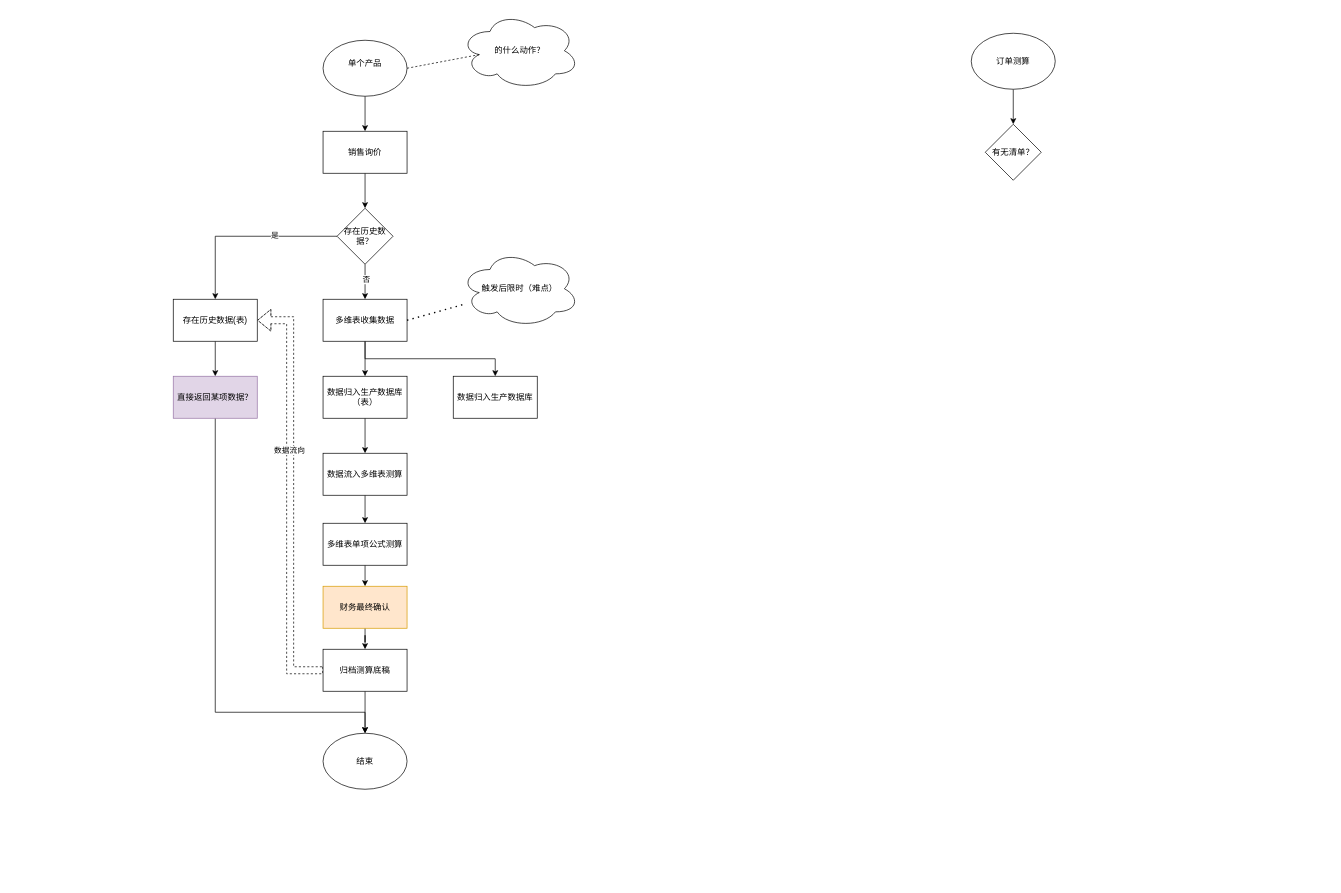
Before: page "财务报价模型" (3 of 3) of Vasen.drawio in CongMinYin/flow, a draw.io diagram. Source tidied: cells renumbered, new cells numbered last; positions are measured from the earlier drawing's top-left corner, leaving out a move shared by most shapes. Both pictures are drawn from the tidied source at 70%, with x=0, y=0 at pixel (173, 12).
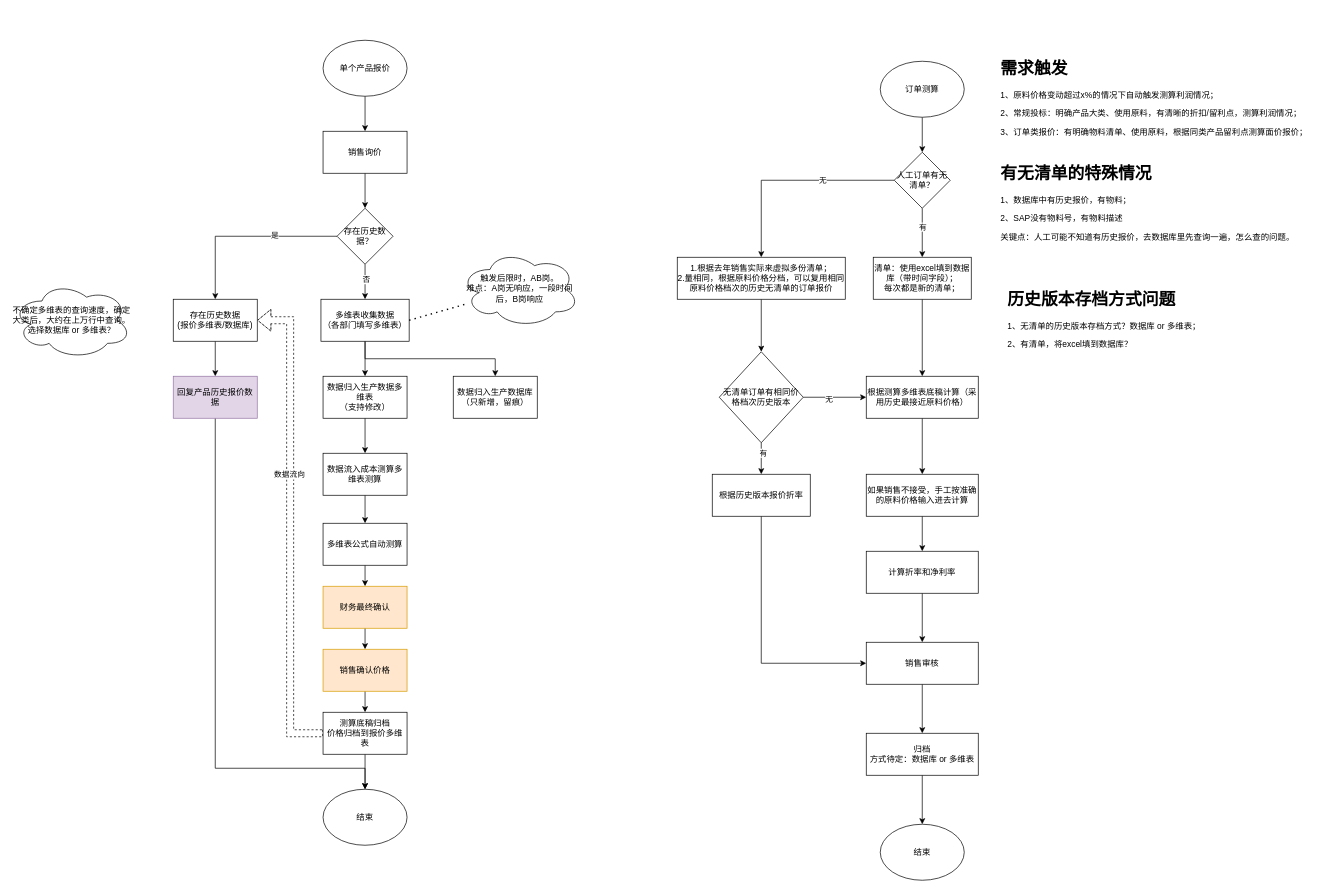
After the change.

Unchanged cells that the change refers to:
```xml
<mxCell id="23" value="财务最终确认" style="rounded=0;whiteSpace=wrap;html=1;fillColor=#ffe6cc;strokeColor=#d79b00;" parent="1" vertex="1">
  <mxGeometry x="214" y="820" width="120" height="60" as="geometry" />
</mxCell>
```

The edit, as a diff of the source:
```diff
@@
-    <mxCell id="3" value="单个产品&lt;br&gt;&lt;div&gt;&lt;br/&gt;&lt;/div&gt;" style="ellipse;whiteSpace=wrap;html=1;shapeInside=1;" parent="1" vertex="1">
+    <mxCell id="3" value="单个产品报价" style="ellipse;whiteSpace=wrap;html=1;shapeInside=1;" parent="1" vertex="1">
       <mxGeometry x="214" y="40" width="120" height="80" as="geometry" />
     </mxCell>
@@
-    <mxCell id="13" value="多维表收集数据" style="rounded=0;whiteSpace=wrap;html=1;" parent="1" vertex="1">
-      <mxGeometry x="214" y="410" width="120" height="60" as="geometry" />
+    <mxCell id="13" value="多维表收集数据&lt;div&gt;（各部门填写多维表）&lt;/div&gt;" style="rounded=0;whiteSpace=wrap;html=1;" parent="1" vertex="1">
+      <mxGeometry x="211" y="410" width="126" height="60" as="geometry" />
     </mxCell>
-    <mxCell id="14" value="触发后限时（难点）" style="ellipse;shape=cloud;whiteSpace=wrap;html=1;" parent="1" vertex="1">
+    <mxCell id="14" value="触发后限时，AB岗。&lt;div&gt;难点：A岗无响应，一段时间后，B岗响应&lt;/div&gt;" style="ellipse;shape=cloud;whiteSpace=wrap;html=1;" parent="1" vertex="1">
       <mxGeometry x="410" y="340" width="170" height="110" as="geometry" />
     </mxCell>
@@
-    <mxCell id="16" value="数据归入生产数据库（表）" style="rounded=0;whiteSpace=wrap;html=1;" parent="1" vertex="1">
+    <mxCell id="16" value="数据归入生产数据多维表&lt;div&gt;（支持修改）&lt;/div&gt;" style="rounded=0;whiteSpace=wrap;html=1;" parent="1" vertex="1">
       <mxGeometry x="214" y="520" width="120" height="60" as="geometry" />
     </mxCell>
@@
-    <mxCell id="18" value="数据流入多维表测算" style="rounded=0;whiteSpace=wrap;html=1;" parent="1" vertex="1">
+    <mxCell id="18" value="数据流入成本测算多维表测算" style="rounded=0;whiteSpace=wrap;html=1;" parent="1" vertex="1">
       <mxGeometry x="214" y="630" width="120" height="60" as="geometry" />
     </mxCell>
@@
-    <mxCell id="21" value="多维表单项公式测算" style="rounded=0;whiteSpace=wrap;html=1;" parent="1" vertex="1">
+    <mxCell id="21" value="多维表公式自动测算" style="rounded=0;whiteSpace=wrap;html=1;" parent="1" vertex="1">
       <mxGeometry x="214" y="730" width="120" height="60" as="geometry" />
     </mxCell>
-    <mxCell id="22" style="edgeStyle=orthogonalEdgeStyle;rounded=0;jettySize=auto;html=1;exitX=0.5;exitY=1;exitDx=0;exitDy=0;" parent="1" edge="1" source="23" target="27">
-      <mxGeometry relative="1" as="geometry" />
-    </mxCell>
+    <mxCell id="39" style="edgeStyle=orthogonalEdgeStyle;rounded=0;jettySize=auto;html=1;exitX=0.5;exitY=1;exitDx=0;exitDy=0;entryX=0.5;entryY=0;entryDx=0;entryDy=0;" parent="1" edge="1" source="23" target="46">
+      <mxGeometry relative="1" as="geometry" />
+    </mxCell>
@@
-    <mxCell id="27" value="归档测算底稿" style="rounded=0;whiteSpace=wrap;html=1;" parent="1" vertex="1">
-      <mxGeometry x="214" y="910" width="120" height="60" as="geometry" />
+    <mxCell id="27" value="测算底稿归档&lt;div&gt;价格归档到报价多维表&lt;/div&gt;" style="rounded=0;whiteSpace=wrap;html=1;" parent="1" vertex="1">
+      <mxGeometry x="214" y="1000" width="120" height="60" as="geometry" />
     </mxCell>
-    <mxCell id="28" value="数据归入生产数据库" style="rounded=0;whiteSpace=wrap;html=1;" parent="1" vertex="1">
+    <mxCell id="28" value="数据归入生产数据库&lt;div&gt;（只新增，留痕）&lt;/div&gt;" style="rounded=0;whiteSpace=wrap;html=1;" parent="1" vertex="1">
       <mxGeometry x="400" y="520" width="120" height="60" as="geometry" />
     </mxCell>
@@
-    <mxCell id="30" value="存在历史数据(表)" style="rounded=0;whiteSpace=wrap;html=1;" parent="1" vertex="1">
+    <mxCell id="30" value="存在历史数据&lt;div&gt;(报价多维表/数据库)&lt;/div&gt;" style="rounded=0;whiteSpace=wrap;html=1;" parent="1" vertex="1">
       <mxGeometry y="410" width="120" height="60" as="geometry" />
     </mxCell>
     <mxCell id="31" style="edgeStyle=orthogonalEdgeStyle;rounded=0;jettySize=auto;html=1;exitX=0.5;exitY=1;exitDx=0;exitDy=0;" parent="1" edge="1" source="32" target="33">
       <mxGeometry relative="1" as="geometry">
         <Array as="points">
-          <mxPoint x="60" y="1000" />
-          <mxPoint x="274" y="1000" />
+          <mxPoint x="60" y="1080" />
+          <mxPoint x="274" y="1080" />
         </Array>
       </mxGeometry>
     </mxCell>
-    <mxCell id="32" value="直接返回某项数据？" style="rounded=0;whiteSpace=wrap;html=1;fillColor=#e1d5e7;strokeColor=#9673a6;" parent="1" vertex="1">
+    <mxCell id="32" value="回复产品历史报价数据" style="rounded=0;whiteSpace=wrap;html=1;fillColor=#e1d5e7;strokeColor=#9673a6;" parent="1" vertex="1">
       <mxGeometry y="520" width="120" height="60" as="geometry" />
     </mxCell>
     <mxCell id="33" value="结束" style="ellipse;whiteSpace=wrap;html=1;shapeInside=1;" parent="1" vertex="1">
-      <mxGeometry x="214" y="1030" width="120" height="80" as="geometry" />
+      <mxGeometry x="214" y="1110" width="120" height="80" as="geometry" />
     </mxCell>
@@
     <mxCell id="35" value="订单测算" style="ellipse;whiteSpace=wrap;html=1;shapeInside=1;" parent="1" vertex="1">
-      <mxGeometry x="1140" y="30" width="120" height="80" as="geometry" />
+      <mxGeometry x="1010" y="70" width="120" height="80" as="geometry" />
     </mxCell>
-    <mxCell id="36" value="的什么动作？" style="ellipse;shape=cloud;whiteSpace=wrap;html=1;" parent="1" vertex="1">
-      <mxGeometry x="410" width="170" height="110" as="geometry" />
-    </mxCell>
-    <mxCell id="37" style="rounded=0;jettySize=auto;html=1;exitX=1;exitY=0.5;exitDx=0;exitDy=0;entryX=0.16;entryY=0.55;entryDx=0;entryDy=0;entryPerimeter=0;dashed=1;endArrow=none;endFill=0;" parent="1" edge="1" source="3" target="36">
-      <mxGeometry relative="1" as="geometry" />
-    </mxCell>
+    <mxCell id="40" style="edgeStyle=orthogonalEdgeStyle;rounded=0;jettySize=auto;html=1;exitX=0.5;exitY=1;exitDx=0;exitDy=0;" parent="1" edge="1" source="38" target="49">
+      <mxGeometry relative="1" as="geometry" />
+    </mxCell>
+    <mxCell id="41" value="有" style="edgeLabel;html=1;align=center;verticalAlign=middle;" parent="40" vertex="1">
+      <mxGeometry x="-0.26" y="1" relative="1" as="geometry">
+        <mxPoint x="-1" as="offset" />
+      </mxGeometry>
+    </mxCell>
+    <mxCell id="42" style="edgeStyle=orthogonalEdgeStyle;rounded=0;jettySize=auto;html=1;exitX=0;exitY=0.5;exitDx=0;exitDy=0;" parent="1" edge="1" source="38" target="51">
+      <mxGeometry relative="1" as="geometry" />
+    </mxCell>
+    <mxCell id="43" value="无" style="edgeLabel;html=1;align=center;verticalAlign=middle;" parent="42" vertex="1">
+      <mxGeometry x="-0.31" relative="1" as="geometry" />
+    </mxCell>
-    <mxCell id="38" value="有无清单？" style="rhombus;whiteSpace=wrap;html=1;shapeInside=1;" parent="1" vertex="1">
-      <mxGeometry x="1160" y="160" width="80" height="80" as="geometry" />
+    <mxCell id="38" value="人工订单有无清单？" style="rhombus;whiteSpace=wrap;html=1;shapeInside=1;" parent="1" vertex="1">
+      <mxGeometry x="1030" y="200" width="80" height="80" as="geometry" />
     </mxCell>
+    <mxCell id="44" value="不确定多维表的查询速度，确定大类后，大约在上万行中查询。&lt;div&gt;选择数据库 or 多维表？&lt;/div&gt;" style="ellipse;shape=cloud;whiteSpace=wrap;html=1;" parent="1" vertex="1">
+      <mxGeometry x="-230" y="385" width="170" height="110" as="geometry" />
+    </mxCell>
+    <mxCell id="45" style="edgeStyle=orthogonalEdgeStyle;rounded=0;jettySize=auto;html=1;exitX=0.5;exitY=1;exitDx=0;exitDy=0;entryX=0.5;entryY=0;entryDx=0;entryDy=0;" parent="1" edge="1" source="46" target="27">
+      <mxGeometry relative="1" as="geometry" />
+    </mxCell>
+    <mxCell id="46" value="销售确认价格" style="rounded=0;whiteSpace=wrap;html=1;fillColor=#ffe6cc;strokeColor=#d79b00;" parent="1" vertex="1">
+      <mxGeometry x="214" y="910" width="120" height="60" as="geometry" />
+    </mxCell>
+    <mxCell id="47" value="&lt;h1 style=&quot;margin-top: 0px;&quot;&gt;需求触发&lt;/h1&gt;&lt;p&gt;1、原料价格变动超过x%的情况下自动触发测算利润情况；&lt;/p&gt;&lt;p&gt;&lt;span style=&quot;background-color: transparent; color: light-dark(rgb(0, 0, 0), rgb(255, 255, 255));&quot;&gt;2、常规投标：明确产品大类、使用原料，有清晰的折扣/留利点，测算利润情况；&lt;/span&gt;&lt;/p&gt;&lt;p&gt;3、订单类报价：有明确物料清单、使用原料，根据同类产品留利点测算面价报价；&lt;/p&gt;" style="text;html=1;whiteSpace=wrap;overflow=hidden;rounded=0;" parent="1" vertex="1">
+      <mxGeometry x="1180" y="60" width="460" height="130" as="geometry" />
+    </mxCell>
+    <mxCell id="48" style="edgeStyle=orthogonalEdgeStyle;rounded=0;jettySize=auto;html=1;exitX=0.5;exitY=1;exitDx=0;exitDy=0;" parent="1" edge="1" source="49" target="58">
+      <mxGeometry relative="1" as="geometry" />
+    </mxCell>
+    <mxCell id="49" value="清单：使用excel填到数据库（带时间字段）；&lt;div&gt;每次都是新的清单；&lt;/div&gt;" style="rounded=0;whiteSpace=wrap;html=1;" parent="1" vertex="1">
+      <mxGeometry x="1000" y="350" width="140" height="60" as="geometry" />
+    </mxCell>
+    <mxCell id="50" style="edgeStyle=orthogonalEdgeStyle;rounded=0;jettySize=auto;html=1;exitX=0.5;exitY=1;exitDx=0;exitDy=0;" parent="1" edge="1" source="51" target="56">
+      <mxGeometry relative="1" as="geometry" />
+    </mxCell>
+    <mxCell id="51" value="1.根据去年销售实际来虚拟多份清单；&lt;div&gt;2.量相同，根据原料价格分档，可以复用相同原料价格档次的历史无清单的订单报价&lt;/div&gt;" style="rounded=0;whiteSpace=wrap;html=1;" parent="1" vertex="1">
+      <mxGeometry x="720" y="350" width="240" height="60" as="geometry" />
+    </mxCell>
+    <mxCell id="52" style="edgeStyle=orthogonalEdgeStyle;rounded=0;jettySize=auto;html=1;exitX=1;exitY=0.5;exitDx=0;exitDy=0;entryX=0;entryY=0.5;entryDx=0;entryDy=0;" parent="1" edge="1" source="56" target="58">
+      <mxGeometry relative="1" as="geometry" />
+    </mxCell>
+    <mxCell id="53" value="无" style="edgeLabel;html=1;align=center;verticalAlign=middle;" parent="52" vertex="1">
+      <mxGeometry x="-0.2" y="-2" relative="1" as="geometry" />
+    </mxCell>
+    <mxCell id="54" style="edgeStyle=orthogonalEdgeStyle;rounded=0;jettySize=auto;html=1;exitX=0.5;exitY=1;exitDx=0;exitDy=0;" parent="1" edge="1" source="56" target="60">
+      <mxGeometry relative="1" as="geometry" />
+    </mxCell>
+    <mxCell id="55" value="有" style="edgeLabel;html=1;align=center;verticalAlign=middle;" parent="54" vertex="1">
+      <mxGeometry x="-0.36" y="2" relative="1" as="geometry" />
+    </mxCell>
+    <mxCell id="56" value="无清单订单有相同价格档次历史版本" style="rhombus;whiteSpace=wrap;html=1;shapeInside=1;" parent="1" vertex="1">
+      <mxGeometry x="780" y="485" width="120" height="130" as="geometry" />
+    </mxCell>
+    <mxCell id="57" style="edgeStyle=orthogonalEdgeStyle;rounded=0;jettySize=auto;html=1;exitX=0.5;exitY=1;exitDx=0;exitDy=0;" parent="1" edge="1" source="58" target="62">
+      <mxGeometry relative="1" as="geometry" />
+    </mxCell>
+    <mxCell id="58" value="根据测算多维表底稿计算（采用历史最接近原料价格）" style="rounded=0;whiteSpace=wrap;html=1;" parent="1" vertex="1">
+      <mxGeometry x="990" y="520" width="160" height="60" as="geometry" />
+    </mxCell>
+    <mxCell id="59" style="edgeStyle=orthogonalEdgeStyle;rounded=0;jettySize=auto;html=1;exitX=0.5;exitY=1;exitDx=0;exitDy=0;entryX=0;entryY=0.5;entryDx=0;entryDy=0;" parent="1" edge="1" source="60" target="66">
+      <mxGeometry relative="1" as="geometry" />
+    </mxCell>
+    <mxCell id="60" value="根据历史版本报价折率" style="rounded=0;whiteSpace=wrap;html=1;" parent="1" vertex="1">
+      <mxGeometry x="770" y="660" width="140" height="60" as="geometry" />
+    </mxCell>
+    <mxCell id="61" style="edgeStyle=orthogonalEdgeStyle;rounded=0;jettySize=auto;html=1;exitX=0.5;exitY=1;exitDx=0;exitDy=0;entryX=0.5;entryY=0;entryDx=0;entryDy=0;" parent="1" edge="1" source="62" target="64">
+      <mxGeometry relative="1" as="geometry" />
+    </mxCell>
+    <mxCell id="62" value="如果销售不接受，手工按准确的原料价格输入进去计算" style="rounded=0;whiteSpace=wrap;html=1;" parent="1" vertex="1">
+      <mxGeometry x="990" y="660" width="160" height="60" as="geometry" />
+    </mxCell>
+    <mxCell id="63" style="edgeStyle=orthogonalEdgeStyle;rounded=0;jettySize=auto;html=1;exitX=0.5;exitY=1;exitDx=0;exitDy=0;entryX=0.5;entryY=0;entryDx=0;entryDy=0;" parent="1" edge="1" source="64" target="66">
+      <mxGeometry relative="1" as="geometry" />
+    </mxCell>
+    <mxCell id="64" value="计算折率和净利率" style="rounded=0;whiteSpace=wrap;html=1;" parent="1" vertex="1">
+      <mxGeometry x="990" y="770" width="160" height="60" as="geometry" />
+    </mxCell>
+    <mxCell id="65" style="edgeStyle=orthogonalEdgeStyle;rounded=0;jettySize=auto;html=1;exitX=0.5;exitY=1;exitDx=0;exitDy=0;entryX=0.5;entryY=0;entryDx=0;entryDy=0;" parent="1" edge="1" source="66" target="68">
+      <mxGeometry relative="1" as="geometry" />
+    </mxCell>
+    <mxCell id="66" value="销售审核" style="rounded=0;whiteSpace=wrap;html=1;fillColor=light-dark(#FFFFFF,#A680B8);" parent="1" vertex="1">
+      <mxGeometry x="990" y="900" width="160" height="60" as="geometry" />
+    </mxCell>
+    <mxCell id="67" style="edgeStyle=orthogonalEdgeStyle;rounded=0;jettySize=auto;html=1;exitX=0.5;exitY=1;exitDx=0;exitDy=0;" parent="1" edge="1" source="68" target="70">
+      <mxGeometry relative="1" as="geometry" />
+    </mxCell>
+    <mxCell id="68" value="归档&lt;div&gt;方式待定：数据库 or 多维表&lt;/div&gt;" style="rounded=0;whiteSpace=wrap;html=1;" parent="1" vertex="1">
+      <mxGeometry x="990" y="1030" width="160" height="60" as="geometry" />
+    </mxCell>
+    <mxCell id="69" value="&lt;h1 style=&quot;margin-top: 0px;&quot;&gt;历史版本存档方式问题&lt;/h1&gt;&lt;p&gt;1、无清单的历史版本存档方式？数据库 or 多维表；&lt;/p&gt;&lt;p&gt;&lt;span style=&quot;background-color: transparent; color: light-dark(rgb(0, 0, 0), rgb(255, 255, 255));&quot;&gt;2、有清单，将excel填到数据库？&lt;br&gt;&lt;/span&gt;&lt;/p&gt;" style="text;html=1;whiteSpace=wrap;overflow=hidden;rounded=0;" parent="1" vertex="1">
+      <mxGeometry x="1190" y="390" width="460" height="110" as="geometry" />
+    </mxCell>
+    <mxCell id="70" value="结束" style="ellipse;whiteSpace=wrap;html=1;shapeInside=1;" parent="1" vertex="1">
+      <mxGeometry x="1010" y="1160" width="120" height="80" as="geometry" />
+    </mxCell>
+    <mxCell id="71" value="&lt;h1 style=&quot;margin-top: 0px;&quot;&gt;有无清单的特殊情况&lt;/h1&gt;&lt;p&gt;1、数据库中有历史报价，有物料；&lt;/p&gt;&lt;p&gt;&lt;span style=&quot;background-color: transparent; color: light-dark(rgb(0, 0, 0), rgb(255, 255, 255));&quot;&gt;2、SAP没有物料号，有物料描述&lt;br&gt;&lt;/span&gt;&lt;/p&gt;&lt;p&gt;&lt;span style=&quot;background-color: transparent; color: light-dark(rgb(0, 0, 0), rgb(255, 255, 255));&quot;&gt;关键点：人工可能不知道有历史报价，去数据库里先查询一遍，怎么查的问题。&lt;/span&gt;&lt;/p&gt;" style="text;html=1;whiteSpace=wrap;overflow=hidden;rounded=0;" parent="1" vertex="1">
+      <mxGeometry x="1180" y="210" width="460" height="130" as="geometry" />
+    </mxCell>
```
